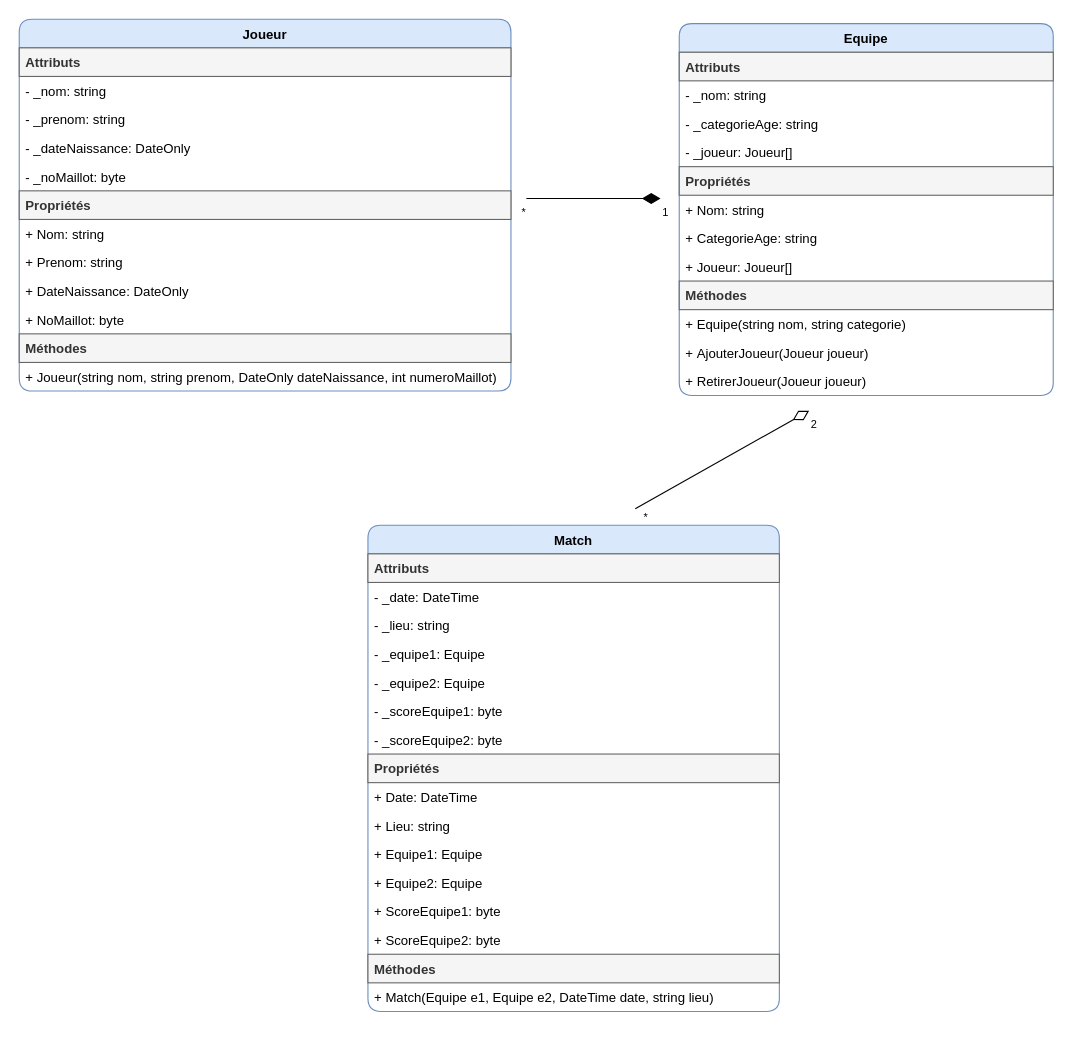
This is bloc1/Exercices/cours 05/S3E1-RelationsClasses/Problème 4 - Soccer.drawio from imane-mez/14B-POO-A26-Exercices, a draw.io file, before an edit. Source tidied: cells renumbered, new cells numbered last; positions are measured from the earlier drawing's top-left corner, leaving out a move shared by most shapes. Both pictures are drawn from the tidied source at 110%, with x=0, y=0 at pixel (19, 19).
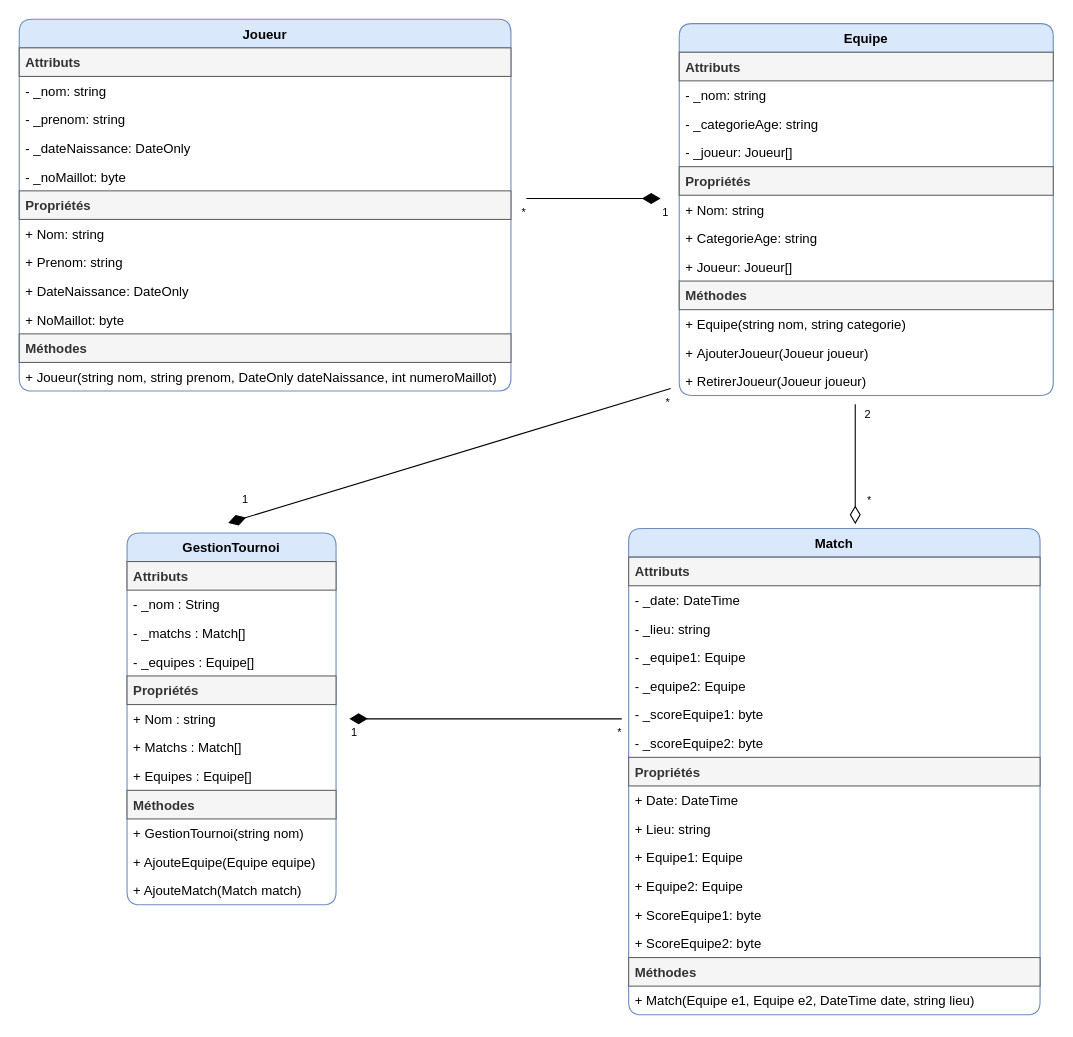
The same diagram, later.

Commit message (it also covers changes not shown here):
mise à jour soultion exe soccer

Diff of the diagram source:
```diff
@@
     <mxCell id="28" value="Match" style="swimlane;fontStyle=1;align=center;verticalAlign=top;horizontal=1;startSize=26;fillColor=#dae8fc;strokeColor=#6c8ebf;rounded=1;sketch=0;shadow=0;" parent="1" vertex="1">
-      <mxGeometry x="317" y="460" width="374" height="442" as="geometry" />
+      <mxGeometry x="554" y="463" width="374" height="442" as="geometry" />
     </mxCell>
@@
     <mxCell id="48" style="align=right;html=1;verticalAlign=bottom;endArrow=none;startArrow=diamondThin;startSize=14;startFill=0;edgeStyle=none;rounded=0;" parent="1" edge="1">
       <mxGeometry x="1" relative="1" as="geometry">
-        <mxPoint x="718" y="356" as="sourcePoint" />
-        <mxPoint x="560" y="445" as="targetPoint" />
+        <mxPoint x="760" y="459" as="sourcePoint" />
+        <mxPoint x="760" y="350.1" as="targetPoint" />
       </mxGeometry>
     </mxCell>
     <mxCell id="49" value="2" style="html=1;align=left;verticalAlign=top;labelBackgroundColor=none;fontSize=10;" parent="48" vertex="1">
-      <mxGeometry x="-1" relative="1" as="geometry" />
+      <mxGeometry x="-1" relative="1" as="geometry">
+        <mxPoint x="7" y="-112" as="offset" />
+      </mxGeometry>
     </mxCell>
     <mxCell id="50" value="*" style="html=1;align=right;verticalAlign=top;labelBackgroundColor=none;fontSize=10;" parent="48" vertex="1">
       <mxGeometry x="1" relative="1" as="geometry">
-        <mxPoint x="12" y="-4" as="offset" />
+        <mxPoint x="15" y="75" as="offset" />
       </mxGeometry>
     </mxCell>
+    <mxCell id="51" value="GestionTournoi" style="swimlane;fontStyle=1;align=center;verticalAlign=top;horizontal=1;startSize=26;fillColor=#dae8fc;strokeColor=#6c8ebf;rounded=1;sketch=0;shadow=0;" parent="1" vertex="1">
+      <mxGeometry x="98" y="467" width="190" height="338" as="geometry" />
+    </mxCell>
+    <mxCell id="52" value="Attributs" style="text;strokeColor=#666666;fillColor=#f5f5f5;align=left;verticalAlign=top;spacingLeft=4;spacingRight=4;overflow=hidden;fontStyle=1;fontColor=#333333;" parent="51" vertex="1">
+      <mxGeometry y="26" width="190" height="26" as="geometry" />
+    </mxCell>
+    <mxCell id="53" value="- _nom : String" style="text;strokeColor=none;fillColor=none;align=left;verticalAlign=top;spacingLeft=4;spacingRight=4;overflow=hidden;" parent="51" vertex="1">
+      <mxGeometry y="52" width="190" height="26" as="geometry" />
+    </mxCell>
+    <mxCell id="54" value="- _matchs : Match[]" style="text;strokeColor=none;fillColor=none;align=left;verticalAlign=top;spacingLeft=4;spacingRight=4;overflow=hidden;" parent="51" vertex="1">
+      <mxGeometry y="78" width="190" height="26" as="geometry" />
+    </mxCell>
+    <mxCell id="55" value="- _equipes : Equipe[]" style="text;strokeColor=none;fillColor=none;align=left;verticalAlign=top;spacingLeft=4;spacingRight=4;overflow=hidden;" parent="51" vertex="1">
+      <mxGeometry y="104" width="190" height="26" as="geometry" />
+    </mxCell>
+    <mxCell id="56" value="Propriétés" style="text;strokeColor=#666666;align=left;verticalAlign=top;spacingLeft=4;spacingRight=4;overflow=hidden;fontStyle=1;fontColor=#333333;fillColor=#f5f5f5;" parent="51" vertex="1">
+      <mxGeometry y="130" width="190" height="26" as="geometry" />
+    </mxCell>
+    <mxCell id="57" value="+ Nom : string" style="text;strokeColor=none;fillColor=none;align=left;verticalAlign=top;spacingLeft=4;spacingRight=4;overflow=hidden;" parent="51" vertex="1">
+      <mxGeometry y="156" width="190" height="26" as="geometry" />
+    </mxCell>
+    <mxCell id="58" value="+ Matchs : Match[]" style="text;strokeColor=none;fillColor=none;align=left;verticalAlign=top;spacingLeft=4;spacingRight=4;overflow=hidden;" parent="51" vertex="1">
+      <mxGeometry y="182" width="190" height="26" as="geometry" />
+    </mxCell>
+    <mxCell id="59" value="+ Equipes : Equipe[]" style="text;strokeColor=none;fillColor=none;align=left;verticalAlign=top;spacingLeft=4;spacingRight=4;overflow=hidden;" parent="51" vertex="1">
+      <mxGeometry y="208" width="190" height="26" as="geometry" />
+    </mxCell>
+    <mxCell id="60" value="Méthodes " style="text;strokeColor=#666666;fillColor=#f5f5f5;align=left;verticalAlign=top;spacingLeft=4;spacingRight=4;overflow=hidden;fontStyle=1;fontColor=#333333;" parent="51" vertex="1">
+      <mxGeometry y="234" width="190" height="26" as="geometry" />
+    </mxCell>
+    <mxCell id="61" value="+ GestionTournoi(string nom)" style="text;strokeColor=none;fillColor=none;align=left;verticalAlign=top;spacingLeft=4;spacingRight=4;overflow=hidden;" parent="51" vertex="1">
+      <mxGeometry y="260" width="190" height="26" as="geometry" />
+    </mxCell>
+    <mxCell id="62" value="+ AjouteEquipe(Equipe equipe)" style="text;strokeColor=none;fillColor=none;align=left;verticalAlign=top;spacingLeft=4;spacingRight=4;overflow=hidden;" parent="51" vertex="1">
+      <mxGeometry y="286" width="190" height="26" as="geometry" />
+    </mxCell>
+    <mxCell id="63" value="+ AjouteMatch(Match match)" style="text;strokeColor=none;fillColor=none;align=left;verticalAlign=top;spacingLeft=4;spacingRight=4;overflow=hidden;" parent="51" vertex="1">
+      <mxGeometry y="312" width="190" height="26" as="geometry" />
+    </mxCell>
+    <mxCell id="64" style="align=right;html=1;verticalAlign=bottom;endArrow=none;startArrow=diamondThin;startSize=14;startFill=1;edgeStyle=none;rounded=0;" parent="1" edge="1">
+      <mxGeometry x="1" relative="1" as="geometry">
+        <mxPoint x="300" y="636" as="sourcePoint" />
+        <mxPoint x="547.8" y="636" as="targetPoint" />
+      </mxGeometry>
+    </mxCell>
+    <mxCell id="65" value="1" style="html=1;align=left;verticalAlign=top;labelBackgroundColor=none;fontSize=10;" parent="64" vertex="1">
+      <mxGeometry x="-1" relative="1" as="geometry" />
+    </mxCell>
+    <mxCell id="66" value="*" style="html=1;align=right;verticalAlign=top;labelBackgroundColor=none;fontSize=10;" parent="64" vertex="1">
+      <mxGeometry x="1" relative="1" as="geometry" />
+    </mxCell>
+    <mxCell id="67" style="align=right;html=1;verticalAlign=bottom;endArrow=none;startArrow=diamondThin;startSize=14;startFill=1;edgeStyle=none;rounded=0;" parent="1" edge="1">
+      <mxGeometry x="1" relative="1" as="geometry">
+        <mxPoint x="190" y="457.9" as="sourcePoint" />
+        <mxPoint x="592.2" y="335.7" as="targetPoint" />
+      </mxGeometry>
+    </mxCell>
+    <mxCell id="68" value="1" style="html=1;align=left;verticalAlign=top;labelBackgroundColor=none;fontSize=10;" parent="67" vertex="1">
+      <mxGeometry x="-1" relative="1" as="geometry">
+        <mxPoint x="11" y="-34" as="offset" />
+      </mxGeometry>
+    </mxCell>
+    <mxCell id="69" value="*" style="html=1;align=right;verticalAlign=top;labelBackgroundColor=none;fontSize=10;" parent="67" vertex="1">
+      <mxGeometry x="1" relative="1" as="geometry" />
+    </mxCell>
```
